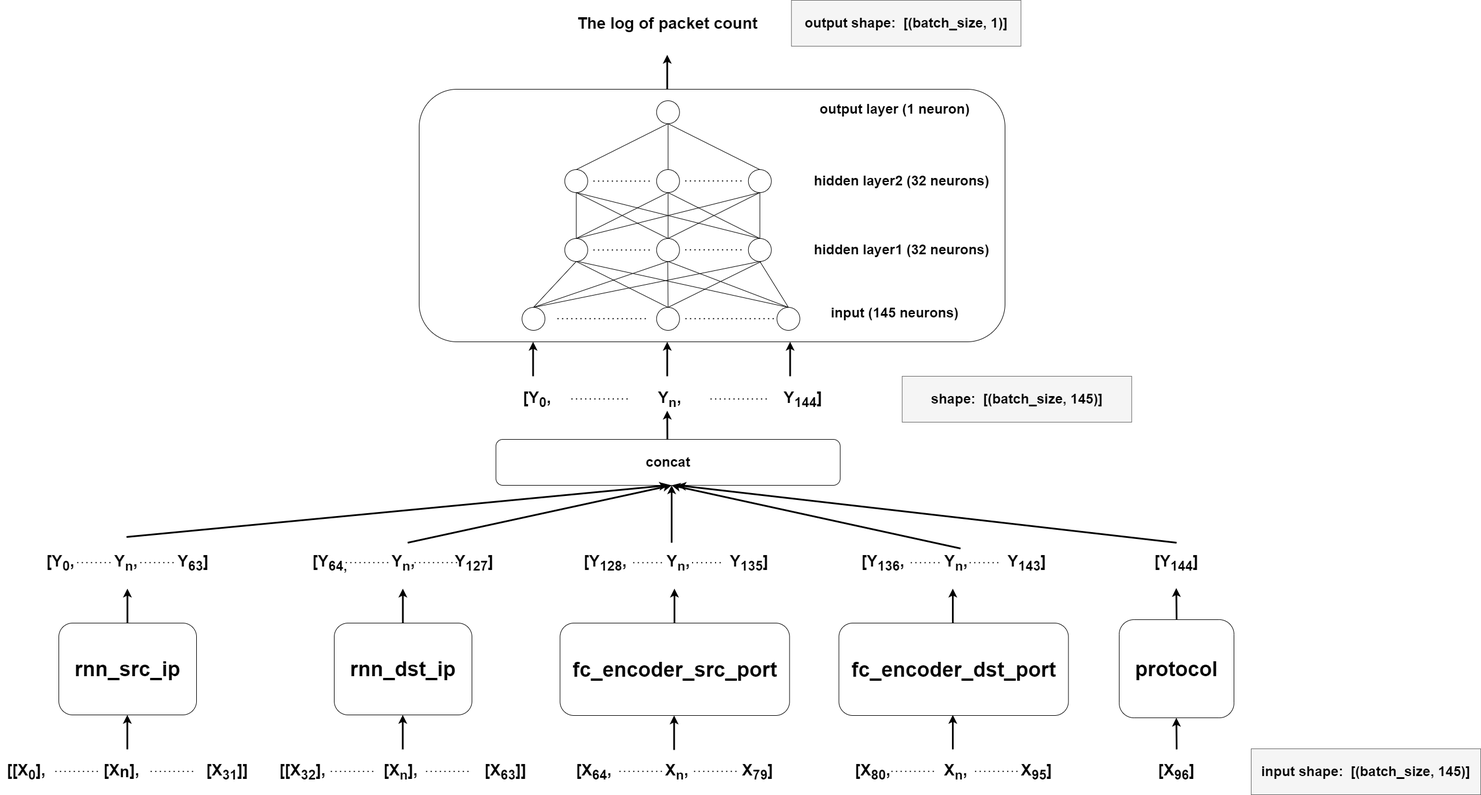
Before: model_architecture/final_prediction.png, a diagram exported from draw.io (TreeLand1101/learnedsketch). Source tidied: cells renumbered, new cells last; positions are measured from the earlier drawing's top-left corner, leaving out a move shared by most shapes.
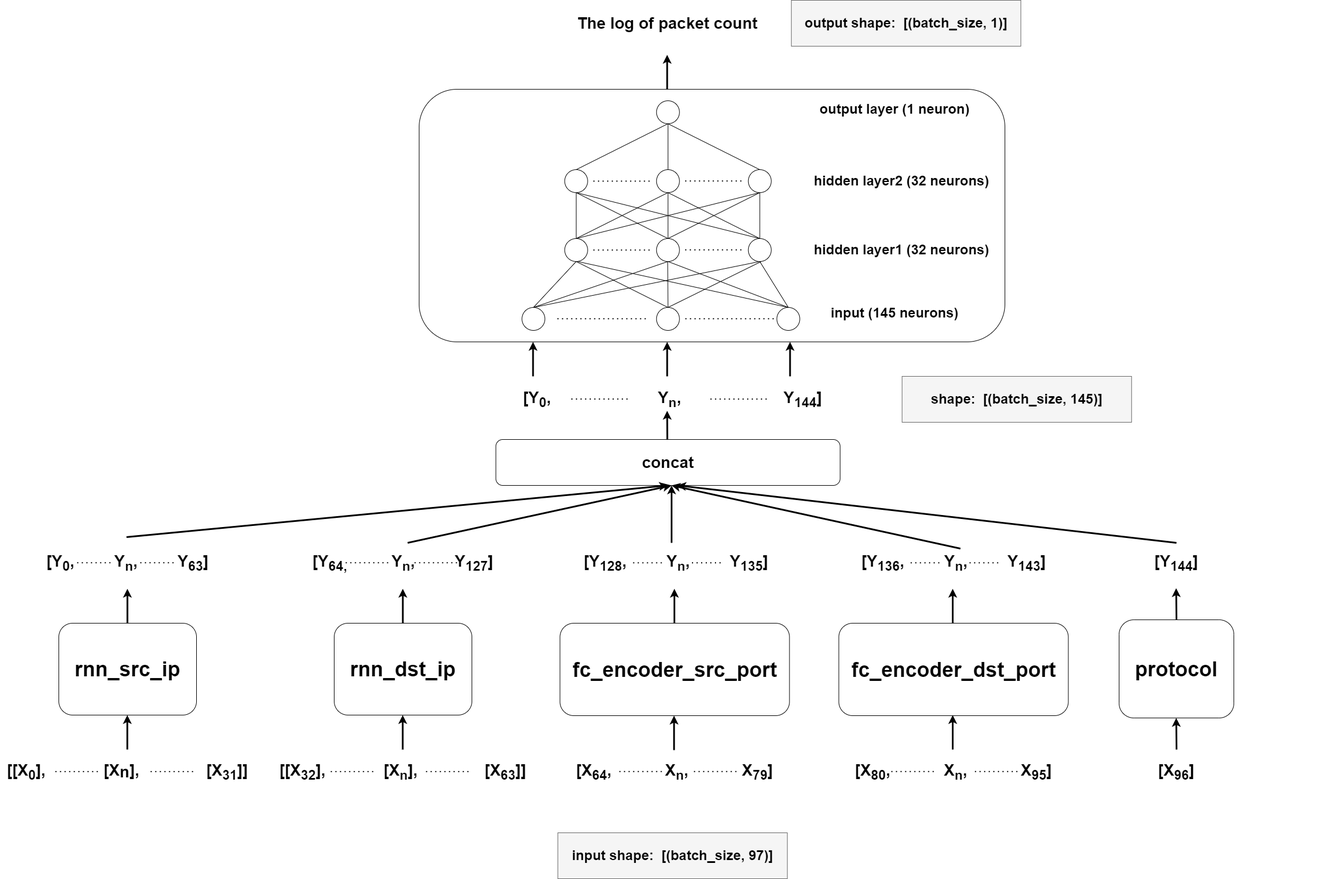
The same file after the commit.

Diff of the diagram source:
```diff
@@ -236,7 +236,7 @@
         <mxPoint x="1006.2" y="455" as="sourcePoint" />
       </mxGeometry>
     </mxCell>
-    <mxCell id="61" value="&lt;font style=&quot;font-size: 24px;&quot;&gt;&lt;b&gt;concat&lt;/b&gt;&lt;/font&gt;" style="rounded=1;whiteSpace=wrap;html=1;" parent="1" vertex="1">
+    <mxCell id="61" value="&lt;font size=&quot;1&quot; style=&quot;&quot;&gt;&lt;b style=&quot;font-size: 28px;&quot;&gt;concat&lt;/b&gt;&lt;/font&gt;" style="rounded=1;whiteSpace=wrap;html=1;" parent="1" vertex="1">
       <mxGeometry x="863.8" y="765" width="600" height="80" as="geometry" />
     </mxCell>
     <mxCell id="62" style="endArrow=classic;html=1;rounded=0;strokeWidth=3;" parent="1" edge="1">
@@ -451,8 +451,8 @@
     <mxCell id="103" value="&lt;font color=&quot;#000000&quot;&gt;&lt;span style=&quot;font-size: 24px;&quot;&gt;&lt;b&gt;shape:&amp;nbsp;&amp;nbsp;&lt;/b&gt;&lt;/span&gt;&lt;b style=&quot;font-size: 24px; background-color: initial;&quot;&gt;[(batch_size, 145)]&lt;/b&gt;&lt;/font&gt;" style="text;html=1;align=center;verticalAlign=middle;whiteSpace=wrap;rounded=0;fillColor=#f5f5f5;fontColor=#333333;strokeColor=#666666;" parent="1" vertex="1">
       <mxGeometry x="1571.8" y="655" width="400" height="80" as="geometry" />
     </mxCell>
-    <mxCell id="104" value="&lt;font color=&quot;#000000&quot;&gt;&lt;span style=&quot;font-size: 24px;&quot;&gt;&lt;b&gt;input shape:&amp;nbsp;&amp;nbsp;&lt;/b&gt;&lt;/span&gt;&lt;b style=&quot;font-size: 24px; background-color: initial;&quot;&gt;[(batch_size, 145)]&lt;/b&gt;&lt;/font&gt;" style="text;html=1;align=center;verticalAlign=middle;whiteSpace=wrap;rounded=0;fillColor=#f5f5f5;fontColor=#333333;strokeColor=#666666;" parent="1" vertex="1">
-      <mxGeometry x="2180" y="1304" width="400" height="80" as="geometry" />
+    <mxCell id="104" value="&lt;font color=&quot;#000000&quot;&gt;&lt;span style=&quot;font-size: 24px;&quot;&gt;&lt;b&gt;input shape:&amp;nbsp;&amp;nbsp;&lt;/b&gt;&lt;/span&gt;&lt;b style=&quot;font-size: 24px; background-color: initial;&quot;&gt;[(batch_size, 97)]&lt;/b&gt;&lt;/font&gt;" style="text;html=1;align=center;verticalAlign=middle;whiteSpace=wrap;rounded=0;fillColor=#f5f5f5;fontColor=#333333;strokeColor=#666666;" parent="1" vertex="1">
+      <mxGeometry x="971.8" y="1450" width="400" height="80" as="geometry" />
     </mxCell>
     <mxCell id="105" style="endArrow=none;dashed=1;html=1;dashPattern=1 3;strokeWidth=2;rounded=0;" parent="1" edge="1">
       <mxGeometry relative="1" as="geometry">
```
